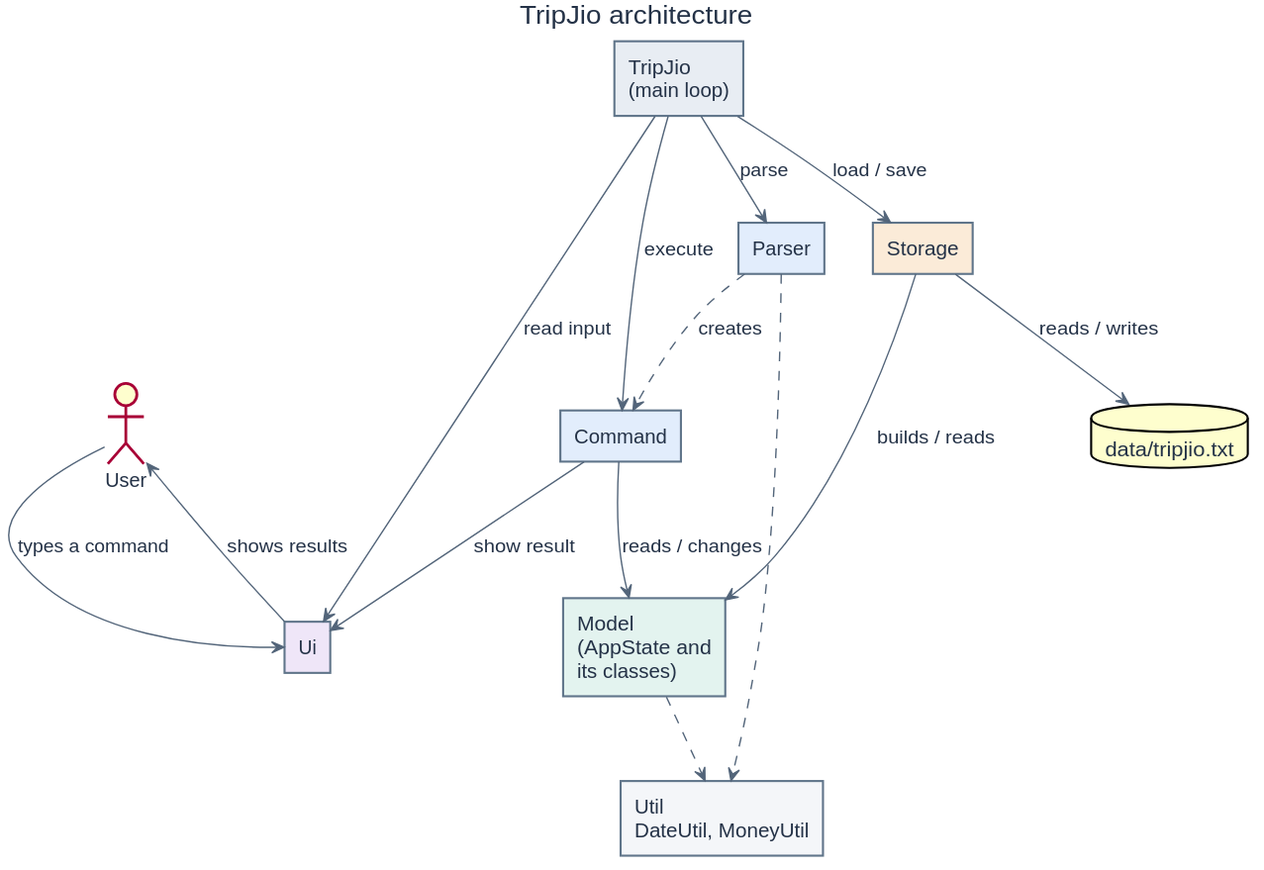
This is docs/images/ArchitectureDiagram.svg from AY2627S1-CS2113-W10-1/tp, a PlantUML export, as it was before one commit. Source of this version:
```plantuml
@startuml
skinparam shadowing false
skinparam backgroundColor #FFFFFF
skinparam defaultFontColor #243247
skinparam ArrowColor #53657A
skinparam rectangleBorderColor #60758A
skinparam componentStyle rectangle
skinparam NoteBackgroundColor #FFF8DE
skinparam NoteBorderColor #BDAA65
title TripJio architecture
actor User
rectangle "TripJio\n(main loop)" as Main #E8EDF3
rectangle "Ui" as Ui #EFE6F8
rectangle "Parser" as Parser #E2EDFC
rectangle "Command" as Command #E2EDFC
rectangle "Model\n(AppState and\nits classes)" as Model #E3F3EF
rectangle "Storage" as Storage #FBEBD8
database "data/tripjio.txt" as File
rectangle "Util\nDateUtil, MoneyUtil" as Util #F4F6F9

User --> Ui : types a command
Ui --> User : shows results
Main --> Ui : read input
Main --> Parser : parse
Parser ..> Command : creates
Main --> Command : execute
Command --> Model : reads / changes
Command --> Ui : show result
Main --> Storage : load / save
Storage --> Model : builds / reads
Storage --> File : reads / writes
Parser ..> Util
Model ..> Util
@enduml
```
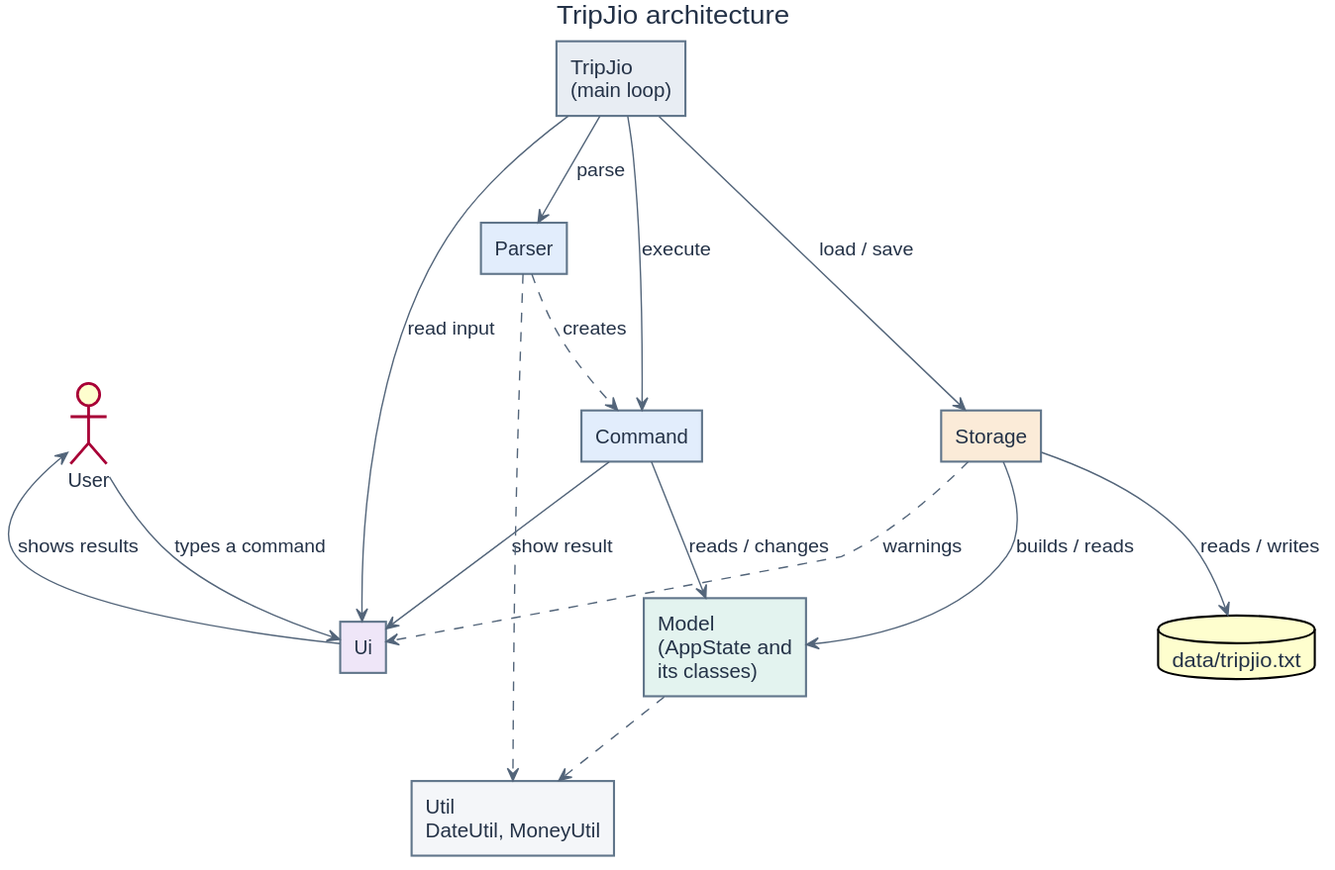
After the change.

The edit, as a diff of the source:
```diff
@@ -29,6 +29,7 @@
 Main --> Storage : load / save
 Storage --> Model : builds / reads
 Storage --> File : reads / writes
+Storage ..> Ui : warnings
 Parser ..> Util
 Model ..> Util
 @enduml
```
